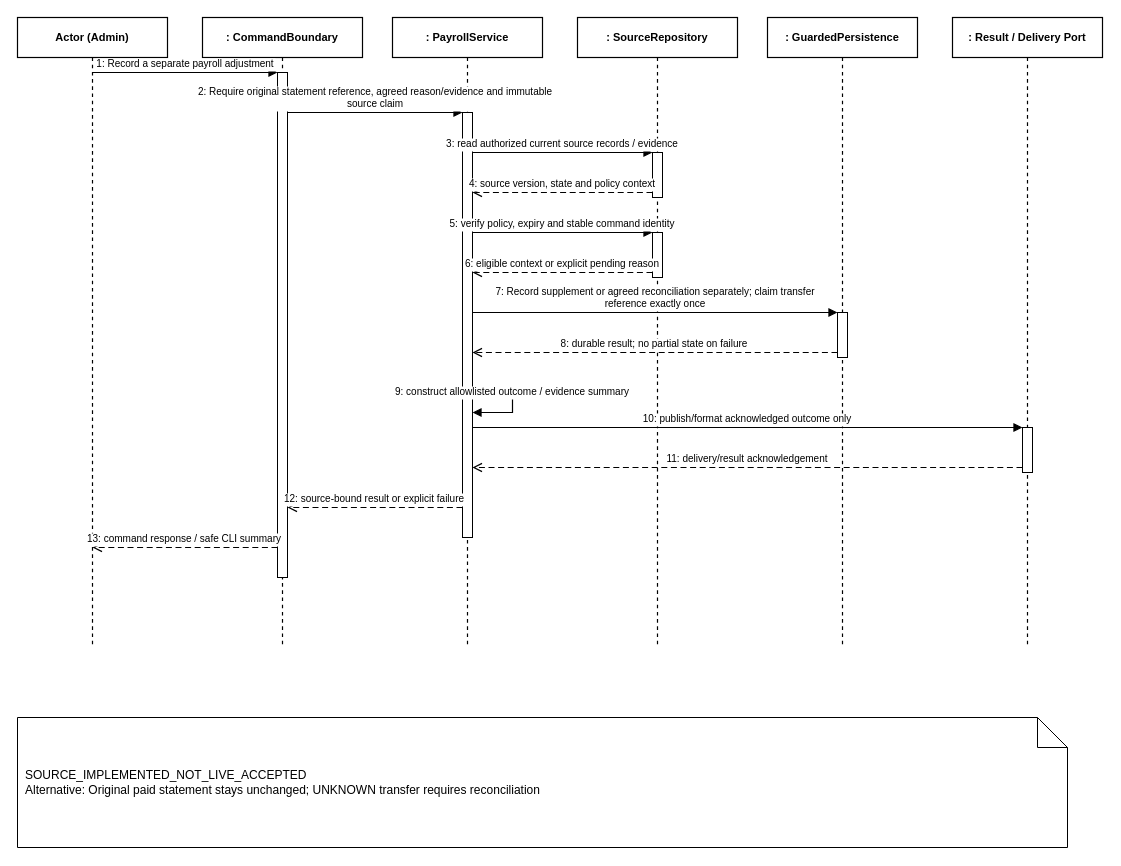
The draw.io diagram doc/reports/report4/sequence/pay-03.drawio in ngocthanhhx7/SEP490_G101_FALL2026, before the edit. Source tidied: cells renumbered, new cells numbered last; positions are measured from the earlier drawing's top-left corner, leaving out a move shared by most shapes. Both pictures are drawn from the tidied source at 100%, with x=0, y=0 at pixel (17, 17).
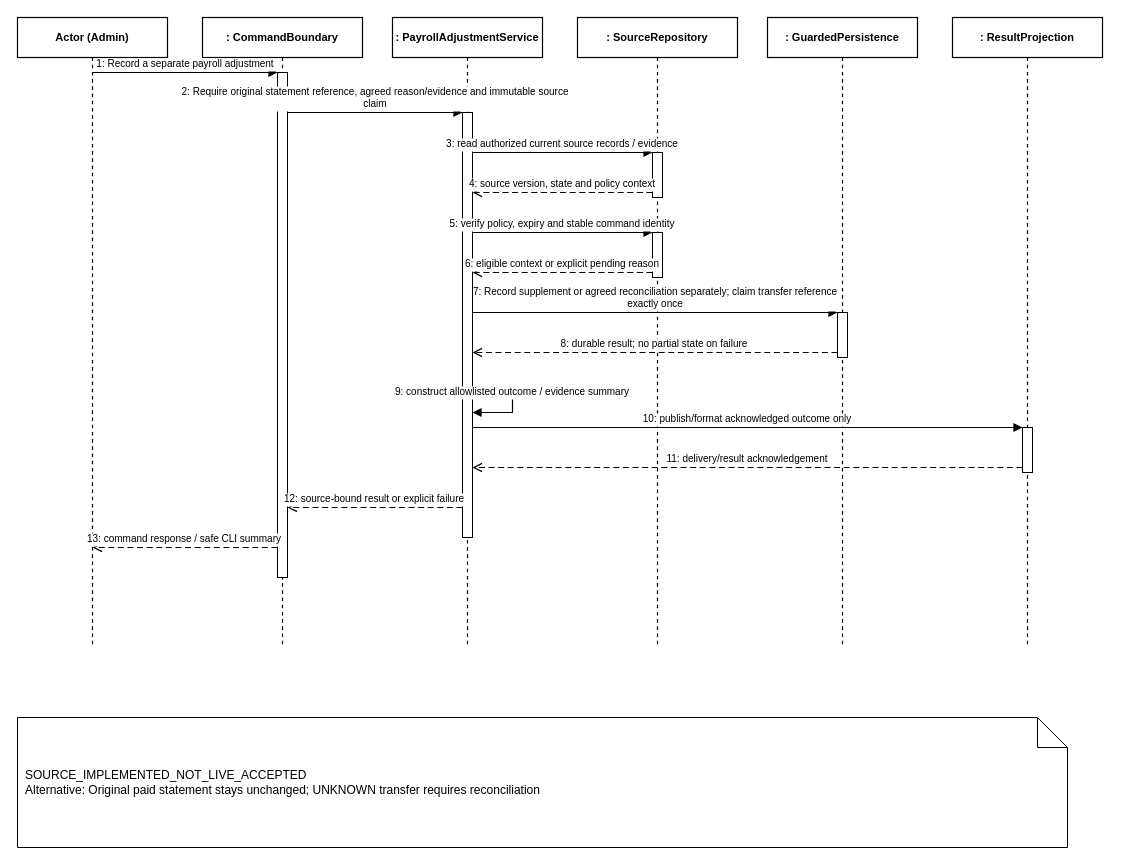
Above is the later version.

The edit, as a diff of the source:
```diff
@@
-    <mxCell id="4" value=": PayrollService" style="shape=umlLifeline;perimeter=lifelinePerimeter;whiteSpace=wrap;html=0;size=40;fillColor=#FFFFFF;strokeColor=#000000;strokeWidth=1.2;fontStyle=1;fontSize=11;align=center;" parent="1" vertex="1">
+    <mxCell id="4" value=": PayrollAdjustmentService" style="shape=umlLifeline;perimeter=lifelinePerimeter;whiteSpace=wrap;html=0;size=40;fillColor=#FFFFFF;strokeColor=#000000;strokeWidth=1.2;fontStyle=1;fontSize=11;align=center;" parent="1" vertex="1">
       <mxGeometry x="375" width="150" height="630" as="geometry" />
     </mxCell>
@@
-    <mxCell id="7" value=": Result / Delivery Port" style="shape=umlLifeline;perimeter=lifelinePerimeter;whiteSpace=wrap;html=0;size=40;fillColor=#FFFFFF;strokeColor=#000000;strokeWidth=1.2;fontStyle=1;fontSize=11;align=center;" parent="1" vertex="1">
+    <mxCell id="7" value=": ResultProjection" style="shape=umlLifeline;perimeter=lifelinePerimeter;whiteSpace=wrap;html=0;size=40;fillColor=#FFFFFF;strokeColor=#000000;strokeWidth=1.2;fontStyle=1;fontSize=11;align=center;" parent="1" vertex="1">
       <mxGeometry x="935" width="150" height="630" as="geometry" />
     </mxCell>
@@
-    <mxCell id="15" value="2: Require original statement reference, agreed reason/evidence and immutable&#10;source claim" style="html=0;verticalAlign=bottom;endArrow=block;endFill=1;strokeColor=#000000;strokeWidth=1.2;fontSize=10;fontColor=#000000;edgeStyle=orthogonalEdgeStyle;rounded=0;" parent="1" edge="1">
+    <mxCell id="15" value="2: Require original statement reference, agreed reason/evidence and immutable source&#10;claim" style="html=0;verticalAlign=bottom;endArrow=block;endFill=1;strokeColor=#000000;strokeWidth=1.2;fontSize=10;fontColor=#000000;edgeStyle=orthogonalEdgeStyle;rounded=0;" parent="1" edge="1">
       <mxGeometry relative="1" as="geometry">
         <mxPoint x="270" y="95" as="sourcePoint" />
         <mxPoint x="445" y="95" as="targetPoint" />
       </mxGeometry>
     </mxCell>
@@
-    <mxCell id="20" value="7: Record supplement or agreed reconciliation separately; claim transfer&#10;reference exactly once" style="html=0;verticalAlign=bottom;endArrow=block;endFill=1;strokeColor=#000000;strokeWidth=1.2;fontSize=10;fontColor=#000000;edgeStyle=orthogonalEdgeStyle;rounded=0;" parent="1" edge="1">
+    <mxCell id="20" value="7: Record supplement or agreed reconciliation separately; claim transfer reference&#10;exactly once" style="html=0;verticalAlign=bottom;endArrow=block;endFill=1;strokeColor=#000000;strokeWidth=1.2;fontSize=10;fontColor=#000000;edgeStyle=orthogonalEdgeStyle;rounded=0;" parent="1" edge="1">
       <mxGeometry relative="1" as="geometry">
         <mxPoint x="455" y="295" as="sourcePoint" />
         <mxPoint x="820" y="295" as="targetPoint" />
       </mxGeometry>
     </mxCell>
```
